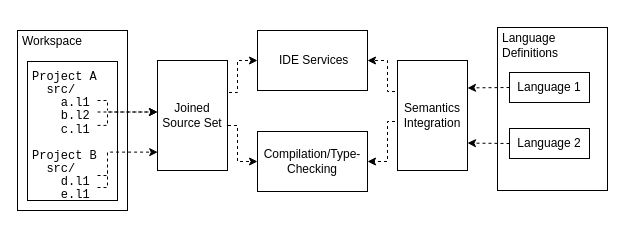
Before: page "EDE Vision" (11 of 11) of Spoofax3 Diagrams.drawio in AZWN/Spoofax-pie-diagrams, a draw.io diagram. Source tidied: cells renumbered, new cells numbered last; positions are measured from the earlier drawing's top-left corner, leaving out a move shared by most shapes. Both pictures are drawn from the tidied source at 100%, with x=0, y=0 at pixel (17, 27).
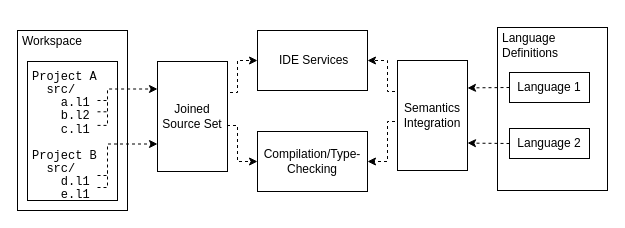
After the change.

Commit message:
Improve arrow positions

Diff of the diagram source:
```diff
@@
     <mxCell id="16" value="Joined Source Set" style="rounded=0;whiteSpace=wrap;html=1;strokeColor=#000000;" parent="1" vertex="1">
-      <mxGeometry x="140" y="33" width="70" height="110" as="geometry" />
+      <mxGeometry x="140" y="34" width="70" height="110" as="geometry" />
     </mxCell>
-    <mxCell id="17" style="endArrow=classic;html=1;dashed=1;entryX=0;entryY=0.5;entryDx=0;entryDy=0;edgeStyle=orthogonalEdgeStyle;rounded=0;" parent="1" edge="1">
-      <mxGeometry relative="1" as="geometry">
-        <mxPoint x="80" y="84.5" as="sourcePoint" />
-        <mxPoint x="140" y="84.5" as="targetPoint" />
-      </mxGeometry>
-    </mxCell>
-    <mxCell id="18" style="endArrow=classic;html=1;dashed=1;entryX=0;entryY=0.5;entryDx=0;entryDy=0;edgeStyle=orthogonalEdgeStyle;rounded=0;" parent="1" edge="1">
+    <mxCell id="18" style="endArrow=classic;html=1;dashed=1;entryX=0;entryY=0.25;entryDx=0;entryDy=0;edgeStyle=orthogonalEdgeStyle;rounded=0;" parent="1" edge="1" target="16">
       <mxGeometry relative="1" as="geometry">
         <mxPoint x="80" y="97.9" as="sourcePoint" />
-        <mxPoint x="140" y="84.5" as="targetPoint" />
         <Array as="points">
           <mxPoint x="90" y="98" />
-          <mxPoint x="90" y="85" />
+          <mxPoint x="90" y="61" />
+          <mxPoint x="140" y="61" />
         </Array>
       </mxGeometry>
     </mxCell>
@@
-    <mxCell id="20" style="endArrow=classic;html=1;dashed=1;entryX=0.003;entryY=0.833;entryDx=0;entryDy=0;edgeStyle=orthogonalEdgeStyle;rounded=0;entryPerimeter=0;" parent="1" edge="1" target="16">
+    <mxCell id="20" style="endArrow=classic;html=1;dashed=1;edgeStyle=orthogonalEdgeStyle;rounded=0;entryX=0;entryY=0.75;entryDx=0;entryDy=0;" parent="1" edge="1" target="16">
       <mxGeometry relative="1" as="geometry">
         <mxPoint x="80" y="148" as="sourcePoint" />
         <Array as="points">
           <mxPoint x="90" y="148" />
-          <mxPoint x="90" y="125" />
-          <mxPoint x="140" y="125" />
+          <mxPoint x="90" y="116" />
+          <mxPoint x="140" y="116" />
         </Array>
       </mxGeometry>
     </mxCell>
@@
+    <mxCell id="22" style="endArrow=none;dashed=1;html=1;" parent="1" edge="1">
+      <mxGeometry relative="1" as="geometry">
+        <mxPoint x="80" y="84.3" as="sourcePoint" />
+        <mxPoint x="90" y="84.3" as="targetPoint" />
+      </mxGeometry>
+    </mxCell>
```
